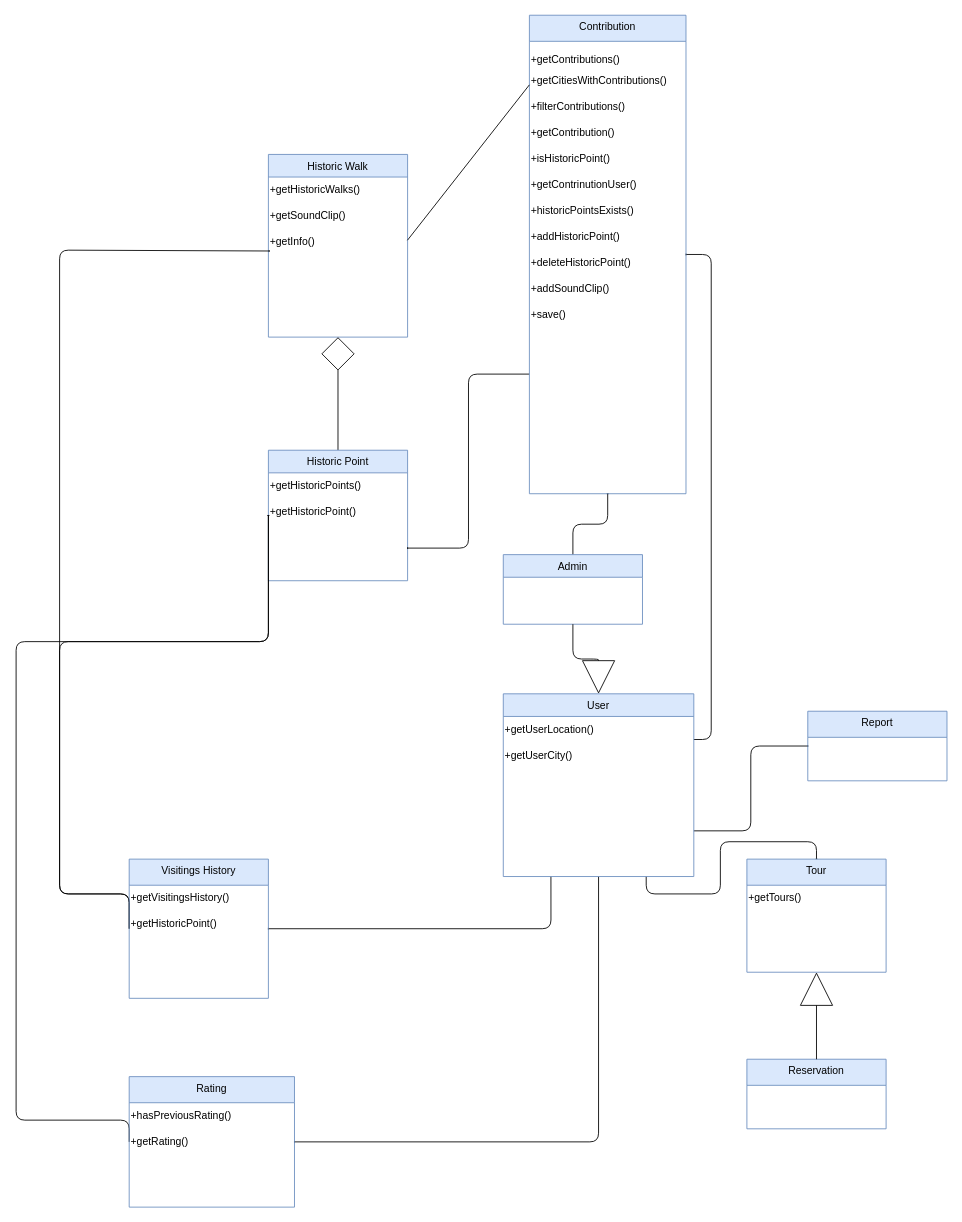
Nektar24/software-engineering keeps this draw.io diagram as NOTES/Domain Model.drawio. Above is the earlier version. Source tidied: cells renumbered, new cells numbered last; positions are measured from the earlier drawing's top-left corner, leaving out a move shared by most shapes. Both pictures are drawn from the tidied source at 87%, with x=0, y=0 at pixel (16, 15).
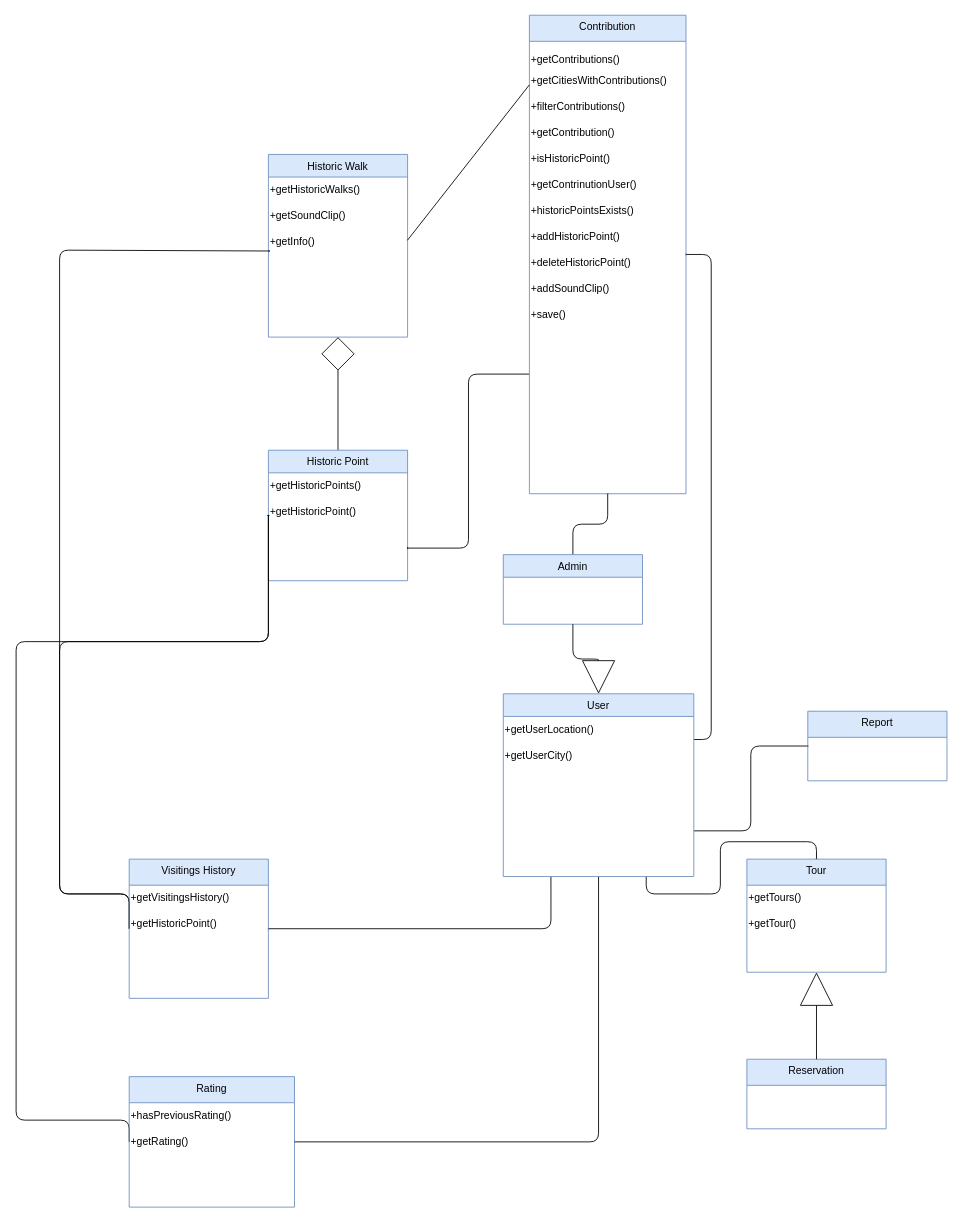
After the change.

Unchanged cells that the change refers to:
```xml
<mxCell id="39" value="Tour" style="swimlane;fontStyle=0;align=center;verticalAlign=top;horizontal=1;startSize=30;rounded=0;shadow=0;strokeWidth=1;fillColor=#dae8fc;strokeColor=#6c8ebf;" parent="1" vertex="1">
  <mxGeometry x="840" y="970" width="160" height="130" as="geometry" />
</mxCell>
```

Diff of the diagram source:
```diff
@@
+    <mxCell id="49" value="+getTour()" style="text;html=1;align=left;verticalAlign=middle;strokeColor=none;fillColor=none;" parent="39" vertex="1">
+      <mxGeometry y="60" width="160" height="30" as="geometry" />
+    </mxCell>
```
